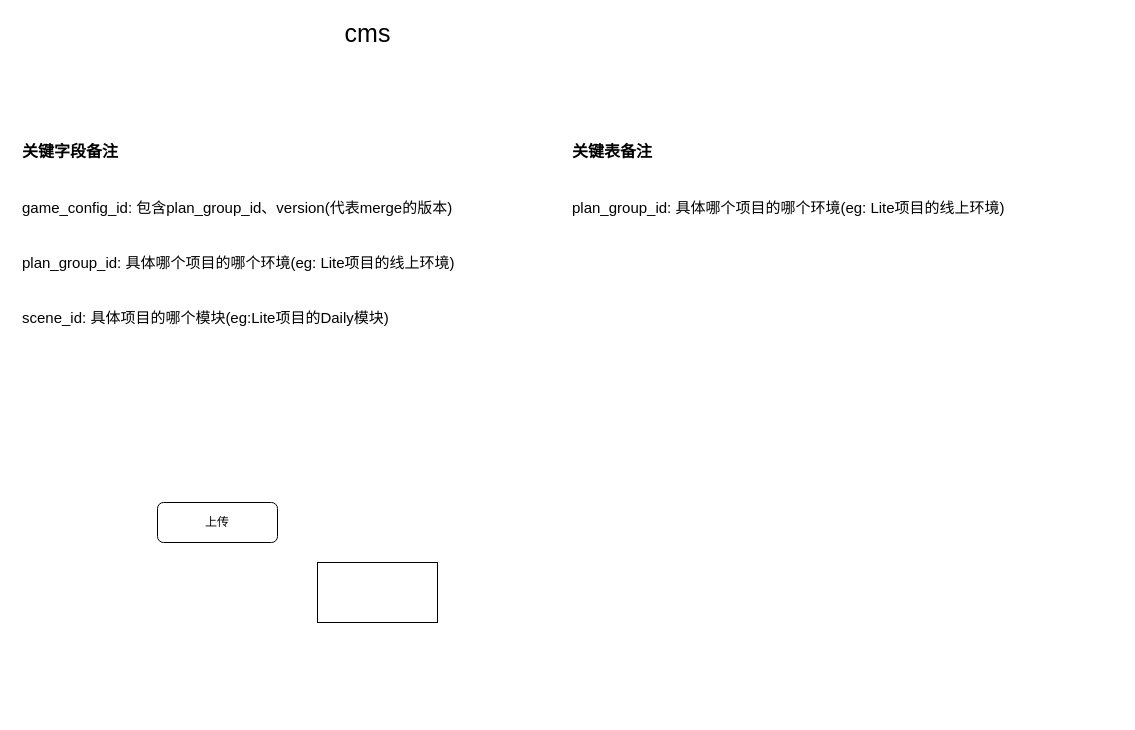
The draw.io diagram cms-chart.drawio in zhoushiyurop/work-dd, before the edit. Source tidied: cells renumbered, new cells numbered last; positions are measured from the earlier drawing's top-left corner, leaving out a move shared by most shapes. Both pictures are drawn from the tidied source at 100%, with x=0, y=0 at pixel (17, 22).
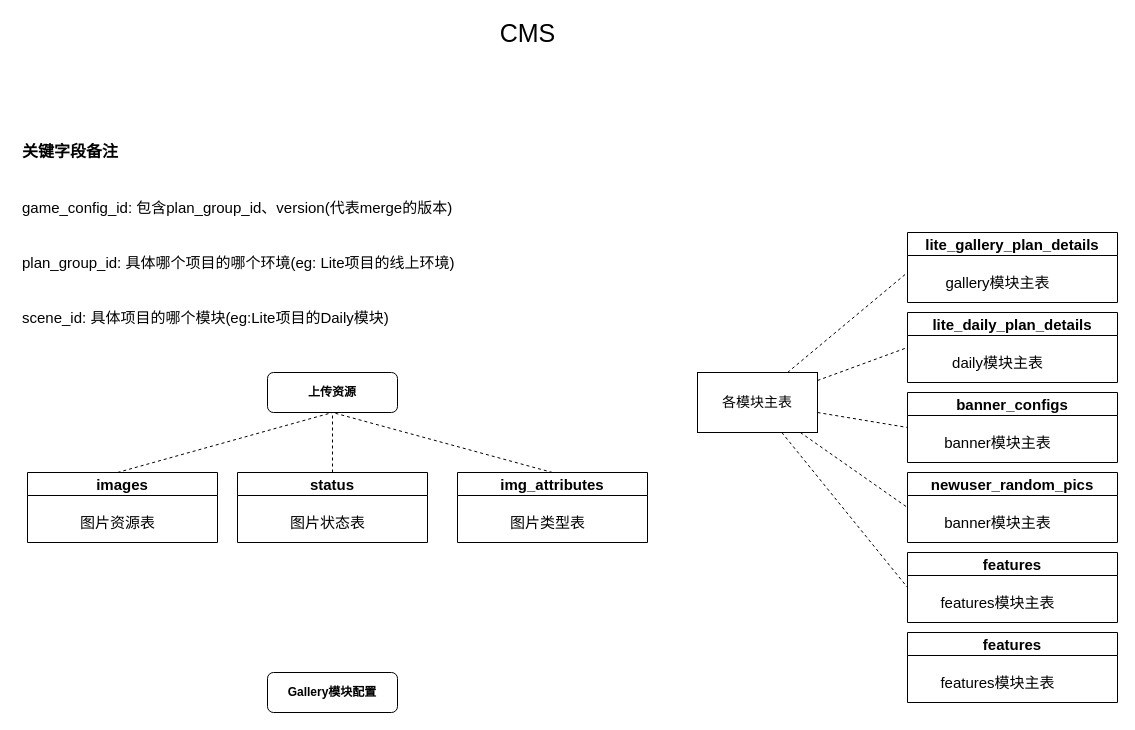
Above is the later version.

Diff of the diagram source:
```diff
@@
-    <mxCell id="2" value="上传" style="rounded=1;whiteSpace=wrap;html=1;fontSize=12;glass=0;strokeWidth=1;shadow=0;" parent="1" vertex="1">
-      <mxGeometry x="140" y="480" width="120" height="40" as="geometry" />
+    <mxCell id="2" value="&lt;b&gt;上传资源&lt;/b&gt;" style="rounded=1;whiteSpace=wrap;html=1;fontSize=12;glass=0;strokeWidth=1;shadow=0;" parent="1" vertex="1">
+      <mxGeometry x="250" y="350" width="130" height="40" as="geometry" />
     </mxCell>
-    <mxCell id="3" value="&lt;font style=&quot;font-size: 25px;&quot;&gt;cms&lt;/font&gt;" style="text;html=1;align=center;verticalAlign=middle;strokeColor=none;fillColor=none;" parent="1" vertex="1">
-      <mxGeometry x="320" width="60" height="20" as="geometry" />
+    <mxCell id="3" value="&lt;font style=&quot;font-size: 25px;&quot;&gt;CMS&lt;/font&gt;" style="text;html=1;align=center;verticalAlign=middle;strokeColor=none;fillColor=none;" parent="1" vertex="1">
+      <mxGeometry x="475" width="70" height="20" as="geometry" />
     </mxCell>
-    <mxCell id="4" style="rounded=0;whiteSpace=wrap;html=1;fontSize=25;" parent="1" vertex="1">
-      <mxGeometry x="300" y="540" width="120" height="60" as="geometry" />
-    </mxCell>
     <mxCell id="5" value="&lt;h1 style=&quot;font-size: 28px;&quot;&gt;&lt;font style=&quot;font-size: 16px;&quot;&gt;关键字段备注&lt;/font&gt;&lt;/h1&gt;&lt;p style=&quot;&quot;&gt;&lt;font style=&quot;&quot;&gt;&lt;span style=&quot;font-size: 15px;&quot;&gt;game_config_id: 包含plan_group_id、version(代表merge的版本)&lt;/span&gt;&lt;br&gt;&lt;/font&gt;&lt;/p&gt;&lt;p style=&quot;&quot;&gt;&lt;font style=&quot;font-size: 15px;&quot;&gt;plan_group_id: 具体哪个项目的哪个环境(eg: Lite项目的线上环境)&lt;/font&gt;&lt;/p&gt;&lt;p style=&quot;&quot;&gt;&lt;font style=&quot;&quot;&gt;&lt;span style=&quot;font-size: 15px;&quot;&gt;scene_id: 具体项目的哪个模块(eg:Lite项目的Daily模块)&lt;/span&gt;&lt;br&gt;&lt;/font&gt;&lt;/p&gt;&lt;p style=&quot;&quot;&gt;&lt;font style=&quot;font-size: 15px;&quot;&gt;&lt;br&gt;&lt;/font&gt;&lt;/p&gt;" style="text;html=1;strokeColor=none;fillColor=none;spacing=5;spacingTop=-20;whiteSpace=wrap;overflow=hidden;rounded=0;fontSize=25;" parent="1" vertex="1">
-      <mxGeometry y="100" width="450" height="300" as="geometry" />
+      <mxGeometry y="100" width="450" height="230" as="geometry" />
     </mxCell>
-    <mxCell id="6" value="&lt;h1 style=&quot;font-size: 28px;&quot;&gt;&lt;font style=&quot;font-size: 16px;&quot;&gt;关键表备注&lt;/font&gt;&lt;/h1&gt;&lt;p style=&quot;&quot;&gt;&lt;font style=&quot;font-size: 15px;&quot;&gt;plan_group_id: 具体哪个项目的哪个环境(eg: Lite项目的线上环境)&lt;/font&gt;&lt;/p&gt;&lt;p style=&quot;&quot;&gt;&lt;font style=&quot;font-size: 15px;&quot;&gt;&lt;br&gt;&lt;/font&gt;&lt;/p&gt;" style="text;html=1;strokeColor=none;fillColor=none;spacing=5;spacingTop=-20;whiteSpace=wrap;overflow=hidden;rounded=0;fontSize=25;" parent="1" vertex="1">
-      <mxGeometry x="550" y="100" width="450" height="300" as="geometry" />
-    </mxCell>
+    <mxCell id="7" value="images" style="swimlane;fontSize=15;" parent="1" vertex="1">
+      <mxGeometry x="10" y="450" width="190" height="70" as="geometry" />
+    </mxCell>
+    <mxCell id="8" value="图片资源表" style="text;html=1;align=center;verticalAlign=middle;strokeColor=none;fillColor=none;fontSize=15;" parent="7" vertex="1">
+      <mxGeometry x="45" y="40" width="90" height="20" as="geometry" />
+    </mxCell>
+    <mxCell id="9" value="status" style="swimlane;fontSize=15;" parent="1" vertex="1">
+      <mxGeometry x="220" y="450" width="190" height="70" as="geometry" />
+    </mxCell>
+    <mxCell id="10" value="图片状态表" style="text;html=1;align=center;verticalAlign=middle;strokeColor=none;fillColor=none;fontSize=15;" parent="9" vertex="1">
+      <mxGeometry x="45" y="40" width="90" height="20" as="geometry" />
+    </mxCell>
+    <mxCell id="11" value="img_attributes" style="swimlane;fontSize=15;" parent="1" vertex="1">
+      <mxGeometry x="440" y="450" width="190" height="70" as="geometry" />
+    </mxCell>
+    <mxCell id="12" value="图片类型表" style="text;html=1;align=center;verticalAlign=middle;strokeColor=none;fillColor=none;fontSize=15;" parent="11" vertex="1">
+      <mxGeometry x="45" y="40" width="90" height="20" as="geometry" />
+    </mxCell>
+    <mxCell id="13" style="endArrow=none;dashed=1;html=1;rounded=0;fontSize=15;entryX=0.5;entryY=1;entryDx=0;entryDy=0;" parent="1" edge="1" target="2">
+      <mxGeometry relative="1" as="geometry">
+        <mxPoint x="100" y="450" as="sourcePoint" />
+      </mxGeometry>
+    </mxCell>
+    <mxCell id="14" style="endArrow=none;dashed=1;html=1;rounded=0;fontSize=15;entryX=0.5;entryY=1;entryDx=0;entryDy=0;exitX=0.5;exitY=0;exitDx=0;exitDy=0;" parent="1" edge="1" source="9" target="2">
+      <mxGeometry relative="1" as="geometry" />
+    </mxCell>
+    <mxCell id="15" style="endArrow=none;dashed=1;html=1;rounded=0;fontSize=15;entryX=0.5;entryY=1;entryDx=0;entryDy=0;exitX=0.5;exitY=0;exitDx=0;exitDy=0;" parent="1" edge="1" source="11" target="2">
+      <mxGeometry relative="1" as="geometry" />
+    </mxCell>
+    <mxCell id="16" value="&lt;b&gt;Gallery模块配置&lt;/b&gt;" style="rounded=1;whiteSpace=wrap;html=1;fontSize=12;glass=0;strokeWidth=1;shadow=0;" parent="1" vertex="1">
+      <mxGeometry x="250" y="650" width="130" height="40" as="geometry" />
+    </mxCell>
+    <mxCell id="17" value="各模块主表" style="rounded=0;whiteSpace=wrap;html=1;fontSize=14;" parent="1" vertex="1">
+      <mxGeometry x="680" y="350" width="120" height="60" as="geometry" />
+    </mxCell>
+    <mxCell id="18" style="endArrow=none;dashed=1;html=1;rounded=0;fontSize=14;exitX=0.75;exitY=0;exitDx=0;exitDy=0;" parent="1" edge="1" source="17">
+      <mxGeometry relative="1" as="geometry">
+        <mxPoint x="890" y="250" as="targetPoint" />
+      </mxGeometry>
+    </mxCell>
+    <mxCell id="19" style="endArrow=none;dashed=1;html=1;rounded=0;fontSize=14;entryX=0;entryY=0.5;entryDx=0;entryDy=0;" parent="1" edge="1" source="17" target="25">
+      <mxGeometry relative="1" as="geometry" />
+    </mxCell>
+    <mxCell id="20" style="endArrow=none;dashed=1;html=1;rounded=0;fontSize=14;entryX=0;entryY=0.5;entryDx=0;entryDy=0;" parent="1" edge="1" source="17" target="27">
+      <mxGeometry relative="1" as="geometry" />
+    </mxCell>
+    <mxCell id="21" style="endArrow=none;dashed=1;html=1;rounded=0;fontSize=14;entryX=0;entryY=0.5;entryDx=0;entryDy=0;" parent="1" edge="1" source="17" target="31">
+      <mxGeometry relative="1" as="geometry" />
+    </mxCell>
+    <mxCell id="22" style="endArrow=none;dashed=1;html=1;rounded=0;fontSize=14;entryX=0;entryY=0.5;entryDx=0;entryDy=0;" parent="1" edge="1" source="17" target="29">
+      <mxGeometry relative="1" as="geometry" />
+    </mxCell>
+    <mxCell id="23" value="lite_gallery_plan_details" style="swimlane;fontSize=15;" parent="1" vertex="1">
+      <mxGeometry x="890" y="210" width="210" height="70" as="geometry" />
+    </mxCell>
+    <mxCell id="24" value="gallery模块主表" style="text;html=1;align=center;verticalAlign=middle;strokeColor=none;fillColor=none;fontSize=15;" parent="23" vertex="1">
+      <mxGeometry x="30" y="40" width="120" height="20" as="geometry" />
+    </mxCell>
+    <mxCell id="25" value="lite_daily_plan_details" style="swimlane;fontSize=15;" parent="1" vertex="1">
+      <mxGeometry x="890" y="290" width="210" height="70" as="geometry" />
+    </mxCell>
+    <mxCell id="26" value="daily模块主表" style="text;html=1;align=center;verticalAlign=middle;strokeColor=none;fillColor=none;fontSize=15;" parent="25" vertex="1">
+      <mxGeometry x="35" y="40" width="110" height="20" as="geometry" />
+    </mxCell>
+    <mxCell id="27" value="banner_configs" style="swimlane;fontSize=15;" parent="1" vertex="1">
+      <mxGeometry x="890" y="370" width="210" height="70" as="geometry" />
+    </mxCell>
+    <mxCell id="28" value="banner模块主表" style="text;html=1;align=center;verticalAlign=middle;strokeColor=none;fillColor=none;fontSize=15;" parent="27" vertex="1">
+      <mxGeometry x="30" y="40" width="120" height="20" as="geometry" />
+    </mxCell>
+    <mxCell id="29" value="features" style="swimlane;fontSize=15;" parent="1" vertex="1">
+      <mxGeometry x="890" y="530" width="210" height="70" as="geometry" />
+    </mxCell>
+    <mxCell id="30" value="&lt;span style=&quot;text-align: left;&quot;&gt;features&lt;/span&gt;模块主表" style="text;html=1;align=center;verticalAlign=middle;strokeColor=none;fillColor=none;fontSize=15;" parent="29" vertex="1">
+      <mxGeometry x="25" y="40" width="130" height="20" as="geometry" />
+    </mxCell>
+    <mxCell id="31" value="newuser_random_pics" style="swimlane;fontSize=15;" parent="1" vertex="1">
+      <mxGeometry x="890" y="450" width="210" height="70" as="geometry" />
+    </mxCell>
+    <mxCell id="32" value="banner模块主表" style="text;html=1;align=center;verticalAlign=middle;strokeColor=none;fillColor=none;fontSize=15;" parent="31" vertex="1">
+      <mxGeometry x="30" y="40" width="120" height="20" as="geometry" />
+    </mxCell>
+    <mxCell id="33" value="features" style="swimlane;fontSize=15;" parent="1" vertex="1">
+      <mxGeometry x="890" y="610" width="210" height="70" as="geometry" />
+    </mxCell>
+    <mxCell id="34" value="&lt;span style=&quot;text-align: left;&quot;&gt;features&lt;/span&gt;模块主表" style="text;html=1;align=center;verticalAlign=middle;strokeColor=none;fillColor=none;fontSize=15;" parent="33" vertex="1">
+      <mxGeometry x="25" y="40" width="130" height="20" as="geometry" />
+    </mxCell>
```
